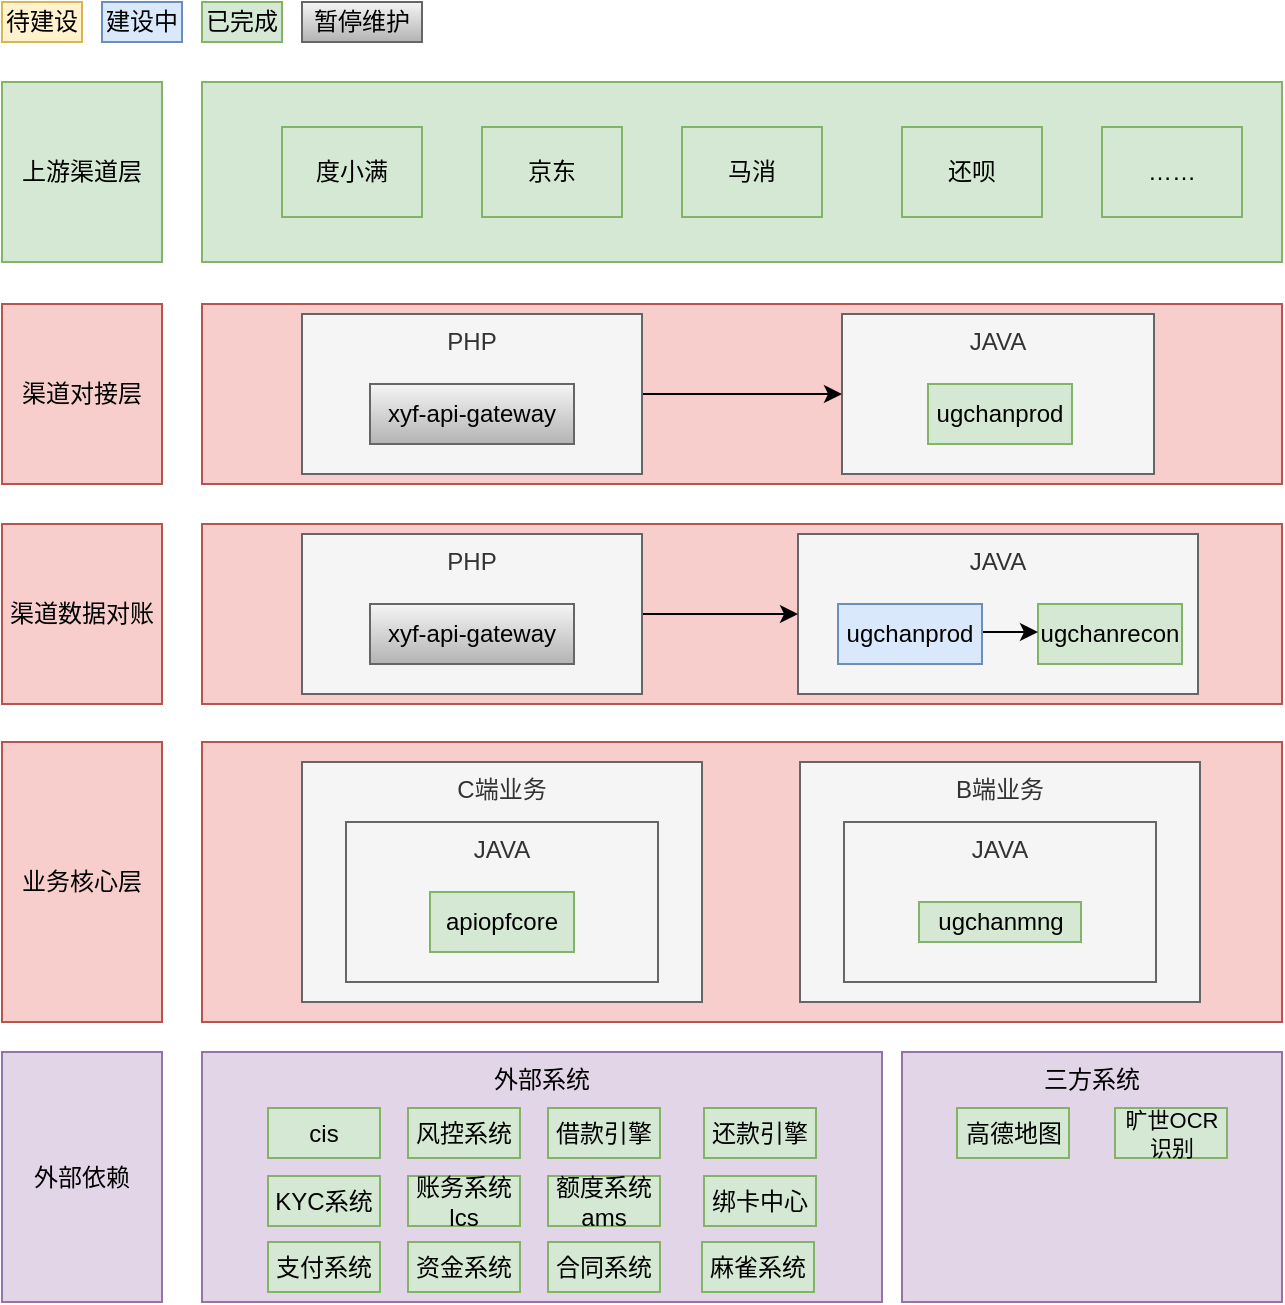
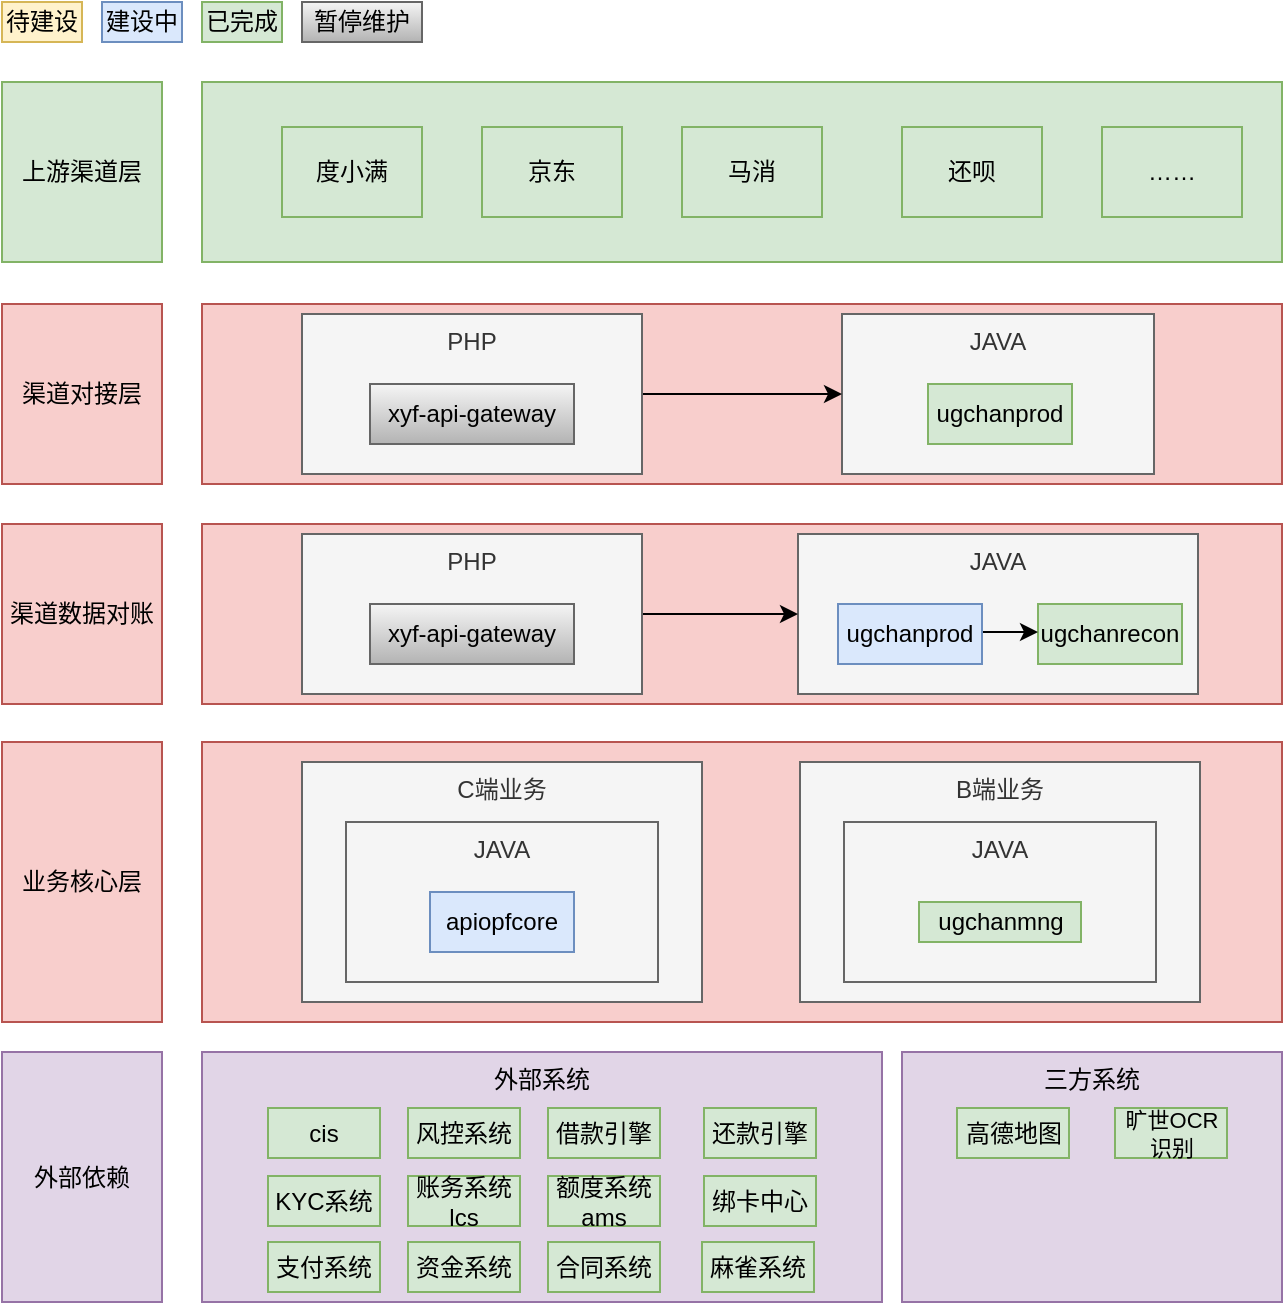
<mxfile host="app.diagrams.net" agent="Mozilla/5.0 (Macintosh; Intel Mac OS X 10_15_7) AppleWebKit/537.36 (KHTML, like Gecko) Chrome/131.0.0.0 Safari/537.36 Edg/131.0.0.0">
  <diagram id="prtHgNgQTEPvFCAcTncT" name="Page-1">
    <mxGraphModel dx="1713" dy="1105" grid="1" gridSize="10" guides="1" tooltips="1" connect="1" arrows="1" fold="1" page="1" pageScale="1" pageWidth="827" pageHeight="1169" math="0" shadow="0">
      <root>
        <mxCell id="0" />
        <mxCell id="1" parent="0" />
        <mxCell id="XHcRj8FyIUyCIuukIsDU-2" parent="1" style="rounded=0;whiteSpace=wrap;html=1;labelBackgroundColor=none;fillColor=#d5e8d4;strokeColor=#82b366;" value="上游渠道层" vertex="1">
          <mxGeometry height="90" width="80" x="70" y="100" as="geometry" />
        </mxCell>
        <mxCell id="XHcRj8FyIUyCIuukIsDU-3" parent="1" style="rounded=0;whiteSpace=wrap;html=1;labelBackgroundColor=none;fillColor=#d5e8d4;strokeColor=#82b366;" value="" vertex="1">
          <mxGeometry height="90" width="540" x="170" y="100" as="geometry" />
        </mxCell>
        <mxCell id="XHcRj8FyIUyCIuukIsDU-4" parent="1" style="rounded=0;whiteSpace=wrap;html=1;labelBackgroundColor=none;fillColor=#d5e8d4;strokeColor=#82b366;" value="度小满" vertex="1">
          <mxGeometry height="45" width="70" x="210" y="122.5" as="geometry" />
        </mxCell>
        <mxCell id="XHcRj8FyIUyCIuukIsDU-5" parent="1" style="rounded=0;whiteSpace=wrap;html=1;labelBackgroundColor=none;fillColor=#d5e8d4;strokeColor=#82b366;" value="京东" vertex="1">
          <mxGeometry height="45" width="70" x="310" y="122.5" as="geometry" />
        </mxCell>
        <mxCell id="XHcRj8FyIUyCIuukIsDU-6" parent="1" style="rounded=0;whiteSpace=wrap;html=1;labelBackgroundColor=none;fillColor=#d5e8d4;strokeColor=#82b366;" value="马消" vertex="1">
          <mxGeometry height="45" width="70" x="410" y="122.5" as="geometry" />
        </mxCell>
        <mxCell id="XHcRj8FyIUyCIuukIsDU-7" parent="1" style="rounded=0;whiteSpace=wrap;html=1;labelBackgroundColor=none;fillColor=#d5e8d4;strokeColor=#82b366;" value="还呗" vertex="1">
          <mxGeometry height="45" width="70" x="520" y="122.5" as="geometry" />
        </mxCell>
        <mxCell id="XHcRj8FyIUyCIuukIsDU-8" parent="1" style="rounded=0;whiteSpace=wrap;html=1;labelBackgroundColor=none;fillColor=#d5e8d4;strokeColor=#82b366;" value="……" vertex="1">
          <mxGeometry height="45" width="70" x="620" y="122.5" as="geometry" />
        </mxCell>
        <mxCell id="XHcRj8FyIUyCIuukIsDU-9" parent="1" style="rounded=0;whiteSpace=wrap;html=1;labelBackgroundColor=none;fillColor=#f8cecc;strokeColor=#b85450;" value="渠道对接层" vertex="1">
          <mxGeometry height="90" width="80" x="70" y="211" as="geometry" />
        </mxCell>
        <mxCell id="XHcRj8FyIUyCIuukIsDU-10" parent="1" style="rounded=0;whiteSpace=wrap;html=1;labelBackgroundColor=none;fillColor=#f8cecc;strokeColor=#b85450;" value="" vertex="1">
          <mxGeometry height="90" width="540" x="170" y="211" as="geometry" />
        </mxCell>
        <mxCell id="XHcRj8FyIUyCIuukIsDU-11" parent="1" style="rounded=0;whiteSpace=wrap;html=1;verticalAlign=top;labelBackgroundColor=none;fillColor=#f5f5f5;fontColor=#333333;strokeColor=#666666;" value="JAVA" vertex="1">
          <mxGeometry height="80" width="156" x="490" y="216" as="geometry" />
        </mxCell>
        <mxCell id="XHcRj8FyIUyCIuukIsDU-12" parent="1" style="text;html=1;align=center;verticalAlign=middle;whiteSpace=wrap;rounded=0;labelBackgroundColor=none;fillColor=#d5e8d4;strokeColor=#82b366;" value="ugchanprod" vertex="1">
          <mxGeometry height="30" width="72" x="533" y="251" as="geometry" />
        </mxCell>
        <mxCell id="XHcRj8FyIUyCIuukIsDU-21" edge="1" parent="1" source="XHcRj8FyIUyCIuukIsDU-13" style="edgeStyle=orthogonalEdgeStyle;rounded=0;orthogonalLoop=1;jettySize=auto;html=1;" target="XHcRj8FyIUyCIuukIsDU-11">
          <mxGeometry relative="1" as="geometry" />
        </mxCell>
        <mxCell id="XHcRj8FyIUyCIuukIsDU-13" parent="1" style="rounded=0;whiteSpace=wrap;html=1;verticalAlign=top;labelBackgroundColor=none;fillColor=#f5f5f5;fontColor=#333333;strokeColor=#666666;" value="PHP" vertex="1">
          <mxGeometry height="80" width="170" x="220" y="216" as="geometry" />
        </mxCell>
        <mxCell id="XHcRj8FyIUyCIuukIsDU-14" parent="1" style="text;html=1;align=center;verticalAlign=middle;whiteSpace=wrap;rounded=0;labelBackgroundColor=none;fillColor=#f5f5f5;gradientColor=#b3b3b3;strokeColor=#666666;" value="xyf-api-gateway" vertex="1">
          <mxGeometry height="30" width="102" x="254" y="251" as="geometry" />
        </mxCell>
        <mxCell id="XHcRj8FyIUyCIuukIsDU-15" parent="1" style="rounded=0;whiteSpace=wrap;html=1;fillColor=#fff2cc;strokeColor=#d6b656;" value="待建设" vertex="1">
          <mxGeometry height="20" width="40" x="70" y="60" as="geometry" />
        </mxCell>
        <mxCell id="XHcRj8FyIUyCIuukIsDU-16" parent="1" style="rounded=0;whiteSpace=wrap;html=1;fillColor=#dae8fc;strokeColor=#6c8ebf;" value="建设中" vertex="1">
          <mxGeometry height="20" width="40" x="120" y="60" as="geometry" />
        </mxCell>
        <mxCell id="XHcRj8FyIUyCIuukIsDU-17" parent="1" style="rounded=0;whiteSpace=wrap;html=1;fillColor=#d5e8d4;strokeColor=#82b366;" value="已完成" vertex="1">
          <mxGeometry height="20" width="40" x="170" y="60" as="geometry" />
        </mxCell>
        <mxCell id="XHcRj8FyIUyCIuukIsDU-18" parent="1" style="rounded=0;whiteSpace=wrap;html=1;fillColor=#f5f5f5;strokeColor=#666666;gradientColor=#b3b3b3;" value="暂停维护" vertex="1">
          <mxGeometry height="20" width="60" x="220" y="60" as="geometry" />
        </mxCell>
        <mxCell id="v9PM_FaOoYrTA3S6MkpD-1" parent="1" style="rounded=0;whiteSpace=wrap;html=1;labelBackgroundColor=none;fillColor=#f8cecc;strokeColor=#b85450;" value="渠道数据对账" vertex="1">
          <mxGeometry height="90" width="80" x="70" y="321" as="geometry" />
        </mxCell>
        <mxCell id="v9PM_FaOoYrTA3S6MkpD-2" parent="1" style="rounded=0;whiteSpace=wrap;html=1;labelBackgroundColor=none;fillColor=#f8cecc;strokeColor=#b85450;" value="" vertex="1">
          <mxGeometry height="90" width="540" x="170" y="321" as="geometry" />
        </mxCell>
        <mxCell id="v9PM_FaOoYrTA3S6MkpD-3" parent="1" style="rounded=0;whiteSpace=wrap;html=1;verticalAlign=top;labelBackgroundColor=none;fillColor=#f5f5f5;fontColor=#333333;strokeColor=#666666;" value="JAVA" vertex="1">
          <mxGeometry height="80" width="200" x="468" y="326" as="geometry" />
        </mxCell>
        <mxCell id="v9PM_FaOoYrTA3S6MkpD-4" parent="1" style="text;html=1;align=center;verticalAlign=middle;whiteSpace=wrap;rounded=0;labelBackgroundColor=none;fillColor=#d5e8d4;strokeColor=#82b366;" value="ugchanrecon" vertex="1">
          <mxGeometry height="30" width="72" x="588" y="361" as="geometry" />
        </mxCell>
        <mxCell id="v9PM_FaOoYrTA3S6MkpD-5" edge="1" parent="1" source="v9PM_FaOoYrTA3S6MkpD-6" style="edgeStyle=orthogonalEdgeStyle;rounded=0;orthogonalLoop=1;jettySize=auto;html=1;" target="v9PM_FaOoYrTA3S6MkpD-3">
          <mxGeometry relative="1" as="geometry" />
        </mxCell>
        <mxCell id="v9PM_FaOoYrTA3S6MkpD-6" parent="1" style="rounded=0;whiteSpace=wrap;html=1;verticalAlign=top;labelBackgroundColor=none;fillColor=#f5f5f5;fontColor=#333333;strokeColor=#666666;" value="PHP" vertex="1">
          <mxGeometry height="80" width="170" x="220" y="326" as="geometry" />
        </mxCell>
        <mxCell id="v9PM_FaOoYrTA3S6MkpD-7" parent="1" style="text;html=1;align=center;verticalAlign=middle;whiteSpace=wrap;rounded=0;labelBackgroundColor=none;fillColor=#f5f5f5;gradientColor=#b3b3b3;strokeColor=#666666;" value="xyf-api-gateway" vertex="1">
          <mxGeometry height="30" width="102" x="254" y="361" as="geometry" />
        </mxCell>
        <mxCell id="v9PM_FaOoYrTA3S6MkpD-10" edge="1" parent="1" style="edgeStyle=orthogonalEdgeStyle;rounded=0;orthogonalLoop=1;jettySize=auto;html=1;entryX=0;entryY=0.5;entryDx=0;entryDy=0;">
          <mxGeometry relative="1" as="geometry">
            <mxPoint x="559.9999999999991" y="375" as="sourcePoint" />
            <mxPoint x="588" y="375" as="targetPoint" />
          </mxGeometry>
        </mxCell>
        <mxCell id="v9PM_FaOoYrTA3S6MkpD-8" parent="1" style="text;html=1;align=center;verticalAlign=middle;whiteSpace=wrap;rounded=0;labelBackgroundColor=none;fillColor=#dae8fc;strokeColor=#6c8ebf;" value="ugchanprod" vertex="1">
          <mxGeometry height="30" width="72" x="488" y="361" as="geometry" />
        </mxCell>
        <mxCell id="v9PM_FaOoYrTA3S6MkpD-11" parent="1" style="rounded=0;whiteSpace=wrap;html=1;labelBackgroundColor=none;fillColor=#f8cecc;strokeColor=#b85450;" value="业务核心层" vertex="1">
          <mxGeometry height="140" width="80" x="70" y="430" as="geometry" />
        </mxCell>
        <mxCell id="v9PM_FaOoYrTA3S6MkpD-12" parent="1" style="rounded=0;whiteSpace=wrap;html=1;labelBackgroundColor=none;fillColor=#f8cecc;strokeColor=#b85450;" value="" vertex="1">
          <mxGeometry height="140" width="540" x="170" y="430" as="geometry" />
        </mxCell>
        <mxCell id="v9PM_FaOoYrTA3S6MkpD-13" parent="1" style="rounded=0;whiteSpace=wrap;html=1;verticalAlign=top;labelBackgroundColor=none;fillColor=#f5f5f5;fontColor=#333333;strokeColor=#666666;" value="C端业务" vertex="1">
          <mxGeometry height="120" width="200" x="220" y="440" as="geometry" />
        </mxCell>
        <mxCell id="v9PM_FaOoYrTA3S6MkpD-14" parent="1" style="rounded=0;whiteSpace=wrap;html=1;labelBackgroundColor=none;fillColor=#e1d5e7;strokeColor=#9673a6;" value="外部依赖" vertex="1">
          <mxGeometry height="125" width="80" x="70" y="585" as="geometry" />
        </mxCell>
        <mxCell id="v9PM_FaOoYrTA3S6MkpD-15" parent="1" style="rounded=0;whiteSpace=wrap;html=1;verticalAlign=top;labelBackgroundColor=none;fillColor=#f5f5f5;fontColor=#333333;strokeColor=#666666;" value="B端业务" vertex="1">
          <mxGeometry height="120" width="200" x="469" y="440" as="geometry" />
        </mxCell>
        <mxCell id="v9PM_FaOoYrTA3S6MkpD-16" parent="1" style="rounded=0;whiteSpace=wrap;html=1;verticalAlign=top;labelBackgroundColor=none;fillColor=#f5f5f5;fontColor=#333333;strokeColor=#666666;" value="JAVA" vertex="1">
          <mxGeometry height="80" width="156" x="491" y="470" as="geometry" />
        </mxCell>
        <mxCell id="v9PM_FaOoYrTA3S6MkpD-18" parent="1" style="rounded=0;whiteSpace=wrap;html=1;fillColor=#d5e8d4;strokeColor=#82b366;" value="ugchanmng" vertex="1">
          <mxGeometry height="20" width="81" x="528.5" y="510" as="geometry" />
        </mxCell>
        <mxCell id="v9PM_FaOoYrTA3S6MkpD-19" parent="1" style="rounded=0;whiteSpace=wrap;html=1;verticalAlign=top;labelBackgroundColor=none;fillColor=#f5f5f5;fontColor=#333333;strokeColor=#666666;" value="JAVA" vertex="1">
          <mxGeometry height="80" width="156" x="242" y="470" as="geometry" />
        </mxCell>
-         <mxCell id="v9PM_FaOoYrTA3S6MkpD-20" parent="1" style="text;html=1;align=center;verticalAlign=middle;whiteSpace=wrap;rounded=0;labelBackgroundColor=none;fillColor=#d5e8d4;strokeColor=#82b366;" value="apiopfcore" vertex="1">
+         <mxCell id="v9PM_FaOoYrTA3S6MkpD-20" parent="1" style="text;html=1;align=center;verticalAlign=middle;whiteSpace=wrap;rounded=0;labelBackgroundColor=none;fillColor=#dae8fc;strokeColor=#6c8ebf;" value="apiopfcore" vertex="1">
          <mxGeometry height="30" width="72" x="284" y="505" as="geometry" />
        </mxCell>
        <mxCell id="v9PM_FaOoYrTA3S6MkpD-21" parent="1" style="rounded=0;whiteSpace=wrap;html=1;labelBackgroundColor=none;fillColor=#e1d5e7;strokeColor=#9673a6;verticalAlign=top;" value="外部系统" vertex="1">
          <mxGeometry height="125" width="340" x="170" y="585" as="geometry" />
        </mxCell>
        <mxCell id="v9PM_FaOoYrTA3S6MkpD-22" parent="1" style="rounded=0;whiteSpace=wrap;html=1;labelBackgroundColor=none;fillColor=#d5e8d4;strokeColor=#82b366;" value="cis" vertex="1">
          <mxGeometry height="25" width="56" x="203" y="613" as="geometry" />
        </mxCell>
        <mxCell id="v9PM_FaOoYrTA3S6MkpD-23" parent="1" style="rounded=0;whiteSpace=wrap;html=1;labelBackgroundColor=none;fillColor=#d5e8d4;strokeColor=#82b366;" value="风控系统" vertex="1">
          <mxGeometry height="25" width="56" x="273" y="613" as="geometry" />
        </mxCell>
        <mxCell id="v9PM_FaOoYrTA3S6MkpD-24" parent="1" style="rounded=0;whiteSpace=wrap;html=1;labelBackgroundColor=none;fillColor=#e1d5e7;strokeColor=#9673a6;verticalAlign=top;" value="三方系统" vertex="1">
          <mxGeometry height="125" width="190" x="520" y="585" as="geometry" />
        </mxCell>
        <mxCell id="v9PM_FaOoYrTA3S6MkpD-25" parent="1" style="rounded=0;whiteSpace=wrap;html=1;labelBackgroundColor=none;fillColor=#d5e8d4;strokeColor=#82b366;" value="借款引擎" vertex="1">
          <mxGeometry height="25" width="56" x="343" y="613" as="geometry" />
        </mxCell>
        <mxCell id="v9PM_FaOoYrTA3S6MkpD-26" parent="1" style="rounded=0;whiteSpace=wrap;html=1;labelBackgroundColor=none;fillColor=#d5e8d4;strokeColor=#82b366;" value="KYC系统" vertex="1">
          <mxGeometry height="25" width="56" x="203" y="647" as="geometry" />
        </mxCell>
        <mxCell id="v9PM_FaOoYrTA3S6MkpD-27" parent="1" style="rounded=0;whiteSpace=wrap;html=1;labelBackgroundColor=none;fillColor=#d5e8d4;strokeColor=#82b366;" value="还款引擎" vertex="1">
          <mxGeometry height="25" width="56" x="421" y="613" as="geometry" />
        </mxCell>
        <mxCell id="v9PM_FaOoYrTA3S6MkpD-28" parent="1" style="rounded=0;whiteSpace=wrap;html=1;labelBackgroundColor=none;fillColor=#d5e8d4;strokeColor=#82b366;" value="账务系统lcs" vertex="1">
          <mxGeometry height="25" width="56" x="273" y="647" as="geometry" />
        </mxCell>
        <mxCell id="v9PM_FaOoYrTA3S6MkpD-29" parent="1" style="rounded=0;whiteSpace=wrap;html=1;labelBackgroundColor=none;fillColor=#d5e8d4;strokeColor=#82b366;" value="额度系统ams" vertex="1">
          <mxGeometry height="25" width="56" x="343" y="647" as="geometry" />
        </mxCell>
        <mxCell id="v9PM_FaOoYrTA3S6MkpD-30" parent="1" style="rounded=0;whiteSpace=wrap;html=1;labelBackgroundColor=none;fillColor=#d5e8d4;strokeColor=#82b366;" value="绑卡中心" vertex="1">
          <mxGeometry height="25" width="56" x="421" y="647" as="geometry" />
        </mxCell>
        <mxCell id="v9PM_FaOoYrTA3S6MkpD-31" parent="1" style="rounded=0;whiteSpace=wrap;html=1;labelBackgroundColor=none;fillColor=#d5e8d4;strokeColor=#82b366;" value="支付系统" vertex="1">
          <mxGeometry height="25" width="56" x="203" y="680" as="geometry" />
        </mxCell>
        <mxCell id="v9PM_FaOoYrTA3S6MkpD-32" parent="1" style="rounded=0;whiteSpace=wrap;html=1;labelBackgroundColor=none;fillColor=#d5e8d4;strokeColor=#82b366;" value="资金系统" vertex="1">
          <mxGeometry height="25" width="56" x="273" y="680" as="geometry" />
        </mxCell>
        <mxCell id="v9PM_FaOoYrTA3S6MkpD-33" parent="1" style="rounded=0;whiteSpace=wrap;html=1;labelBackgroundColor=none;fillColor=#d5e8d4;strokeColor=#82b366;" value="合同系统" vertex="1">
          <mxGeometry height="25" width="56" x="343" y="680" as="geometry" />
        </mxCell>
        <mxCell id="v9PM_FaOoYrTA3S6MkpD-34" parent="1" style="rounded=0;whiteSpace=wrap;html=1;labelBackgroundColor=none;fillColor=#d5e8d4;strokeColor=#82b366;" value="麻雀系统" vertex="1">
          <mxGeometry height="25" width="56" x="420" y="680" as="geometry" />
        </mxCell>
        <mxCell id="v9PM_FaOoYrTA3S6MkpD-35" parent="1" style="rounded=0;whiteSpace=wrap;html=1;labelBackgroundColor=none;fillColor=#d5e8d4;strokeColor=#82b366;" value="高德地图" vertex="1">
          <mxGeometry height="25" width="56" x="547.5" y="613" as="geometry" />
        </mxCell>
        <mxCell id="v9PM_FaOoYrTA3S6MkpD-36" parent="1" style="rounded=0;whiteSpace=wrap;html=1;labelBackgroundColor=none;fillColor=#d5e8d4;strokeColor=#82b366;fontSize=11;" value="旷世OCR识别" vertex="1">
          <mxGeometry height="25" width="56" x="626.5" y="613" as="geometry" />
        </mxCell>
      </root>
    </mxGraphModel>
  </diagram>
</mxfile>
